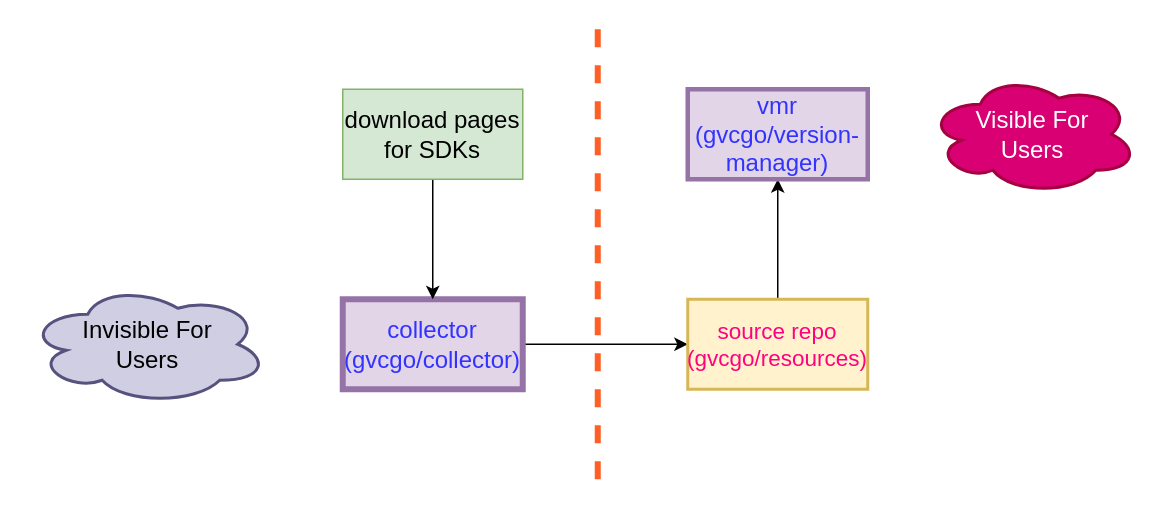
This is docs/framework.drawio from gvcgo/version-manager, a draw.io file, before an edit. Source tidied: cells renumbered, new cells numbered last; positions are measured from the earlier drawing's top-left corner, leaving out a move shared by most shapes. Both pictures are drawn from the tidied source at 150%, with x=0, y=0 at pixel (27, 28).
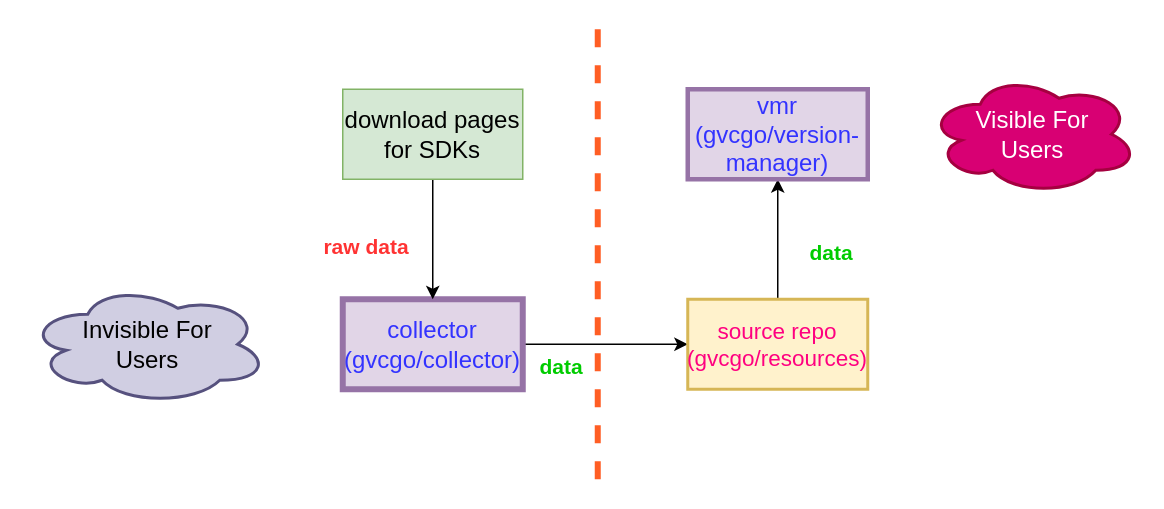
Above is the later version.

Change to the diagram source:
```diff
@@
 <mxGraphModel>
   <root>
     <mxCell id="0" />
     <mxCell id="1" parent="0" />
     <mxCell id="2" style="edgeStyle=none;html=1;" parent="1" edge="1" source="3" target="7">
       <mxGeometry relative="1" as="geometry" />
     </mxCell>
     <mxCell id="3" value="collector&lt;br style=&quot;font-size: 16px;&quot;&gt;(gvcgo/collector)" style="rounded=0;whiteSpace=wrap;html=1;fillColor=#e1d5e7;strokeColor=#9673a6;strokeWidth=4;fontSize=16;fontColor=#3333FF;" parent="1" vertex="1">
       <mxGeometry x="210" y="180" width="120" height="60" as="geometry" />
     </mxCell>
-    <mxCell id="4" style="edgeStyle=none;html=1;" parent="1" edge="1" source="5" target="3">
+    <mxCell id="4" style="edgeStyle=none;html=1;align=center;" parent="1" edge="1" source="5" target="3">
       <mxGeometry relative="1" as="geometry" />
     </mxCell>
     <mxCell id="5" value="download pages for SDKs" style="rounded=0;whiteSpace=wrap;html=1;fillColor=#d5e8d4;strokeColor=#82b366;fontSize=16;" parent="1" vertex="1">
       <mxGeometry x="210" y="40" width="120" height="60" as="geometry" />
     </mxCell>
     <mxCell id="6" style="edgeStyle=none;html=1;" parent="1" edge="1" source="7" target="8">
       <mxGeometry relative="1" as="geometry" />
     </mxCell>
     <mxCell id="7" value="source repo&lt;br style=&quot;font-size: 15px;&quot;&gt;(gvcgo/resources)" style="rounded=0;whiteSpace=wrap;html=1;fillColor=#fff2cc;strokeColor=#d6b656;strokeWidth=2;fontSize=15;fontColor=#FF0080;" parent="1" vertex="1">
       <mxGeometry x="440" y="180" width="120" height="60" as="geometry" />
     </mxCell>
     <mxCell id="8" value="vmr&lt;br style=&quot;font-size: 16px;&quot;&gt;(gvcgo/version-manager)" style="rounded=0;whiteSpace=wrap;html=1;fillColor=#e1d5e7;strokeColor=#9673a6;strokeWidth=3;fontSize=16;fontColor=#3333FF;" parent="1" vertex="1">
       <mxGeometry x="440" y="40" width="120" height="60" as="geometry" />
     </mxCell>
     <mxCell id="9" style="endArrow=none;dashed=1;html=1;strokeWidth=4;strokeColor=#FF5E24;" parent="1" edge="1">
       <mxGeometry relative="1" as="geometry">
         <mxPoint x="380" y="300" as="sourcePoint" />
         <mxPoint x="380" as="targetPoint" />
       </mxGeometry>
     </mxCell>
     <mxCell id="10" value="Visible For&lt;br&gt;Users" style="ellipse;shape=cloud;whiteSpace=wrap;html=1;strokeWidth=2;fontSize=16;fillColor=#d80073;strokeColor=#A50040;fontColor=#ffffff;" parent="1" vertex="1">
       <mxGeometry x="600" y="30" width="140" height="80" as="geometry" />
     </mxCell>
     <mxCell id="11" value="Invisible For&lt;br&gt;Users" style="ellipse;shape=cloud;whiteSpace=wrap;html=1;strokeWidth=2;fontSize=16;fillColor=#d0cee2;strokeColor=#56517e;" parent="1" vertex="1">
       <mxGeometry y="170" width="160" height="80" as="geometry" />
     </mxCell>
+    <mxCell id="12" value="raw data" style="text;html=1;strokeColor=none;fillColor=none;align=center;verticalAlign=middle;whiteSpace=wrap;rounded=0;fontColor=#FF3333;fontStyle=1;fontSize=14;" parent="1" vertex="1">
+      <mxGeometry x="196" y="130" width="60" height="30" as="geometry" />
+    </mxCell>
+    <mxCell id="13" value="data" style="text;html=1;strokeColor=none;fillColor=none;align=center;verticalAlign=middle;whiteSpace=wrap;rounded=0;fontSize=14;fontColor=#00CC00;fontStyle=1;" parent="1" vertex="1">
+      <mxGeometry x="326" y="210" width="60" height="30" as="geometry" />
+    </mxCell>
+    <mxCell id="14" value="data" style="text;html=1;strokeColor=none;fillColor=none;align=center;verticalAlign=middle;whiteSpace=wrap;rounded=0;fontSize=14;fontColor=#00CC00;fontStyle=1;" parent="1" vertex="1">
+      <mxGeometry x="506" y="134" width="60" height="30" as="geometry" />
+    </mxCell>
   </root>
 </mxGraphModel>
```
